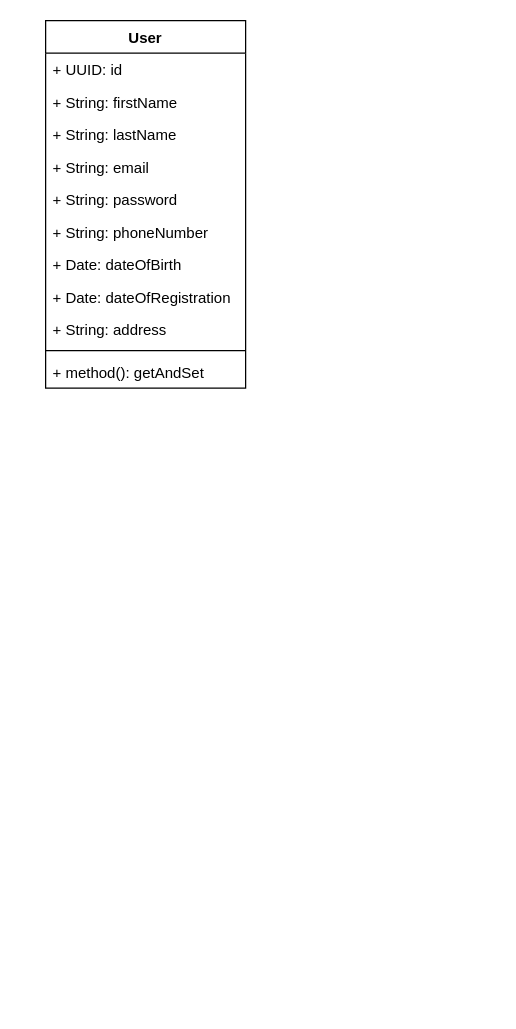
Before: Class Diagram.drawio in mariusfranzen/pizza_project, a draw.io diagram. Source tidied: cells renumbered, new cells numbered last; positions are measured from the earlier drawing's top-left corner, leaving out a move shared by most shapes. Both pictures are drawn from the tidied source at 125%, with x=0, y=0 at pixel (45, 20).
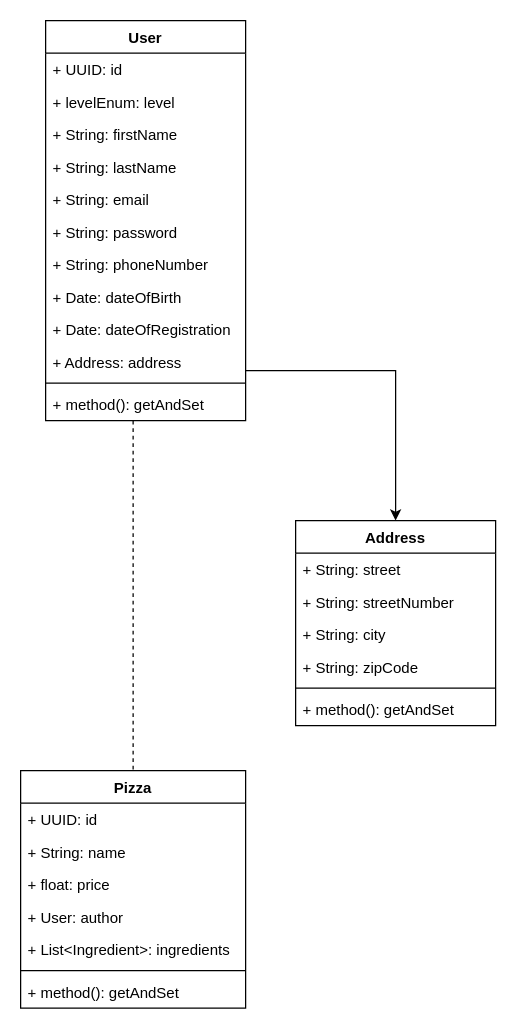
The same page after the edit.

The edit, as a diff of the source:
```diff
@@
+    <mxCell id="14" style="edgeStyle=orthogonalEdgeStyle;rounded=0;jettySize=auto;html=1;entryX=0.5;entryY=0;entryDx=0;entryDy=0;endArrow=none;endFill=0;dashed=1;" parent="1" edge="1" source="2" target="17">
+      <mxGeometry relative="1" as="geometry">
+        <Array as="points">
+          <mxPoint x="70" y="350" />
+          <mxPoint x="70" y="350" />
+        </Array>
+      </mxGeometry>
+    </mxCell>
+    <mxCell id="15" style="edgeStyle=orthogonalEdgeStyle;rounded=0;jettySize=auto;html=1;entryX=0.5;entryY=0;entryDx=0;entryDy=0;endArrow=classic;endFill=1;" parent="1" edge="1" source="2" target="25">
+      <mxGeometry relative="1" as="geometry">
+        <Array as="points">
+          <mxPoint x="280" y="280" />
+        </Array>
+      </mxGeometry>
+    </mxCell>
     <mxCell id="2" value="User" style="swimlane;fontStyle=1;align=center;verticalAlign=top;horizontal=1;startSize=26;" parent="1" vertex="1">
-      <mxGeometry width="160" height="294" as="geometry" />
+      <mxGeometry width="160" height="320" as="geometry" />
     </mxCell>
@@
+    <mxCell id="16" value="+ levelEnum: level&#10;" style="text;strokeColor=none;fillColor=none;align=left;verticalAlign=top;spacingLeft=4;spacingRight=4;overflow=hidden;" parent="2" vertex="1">
+      <mxGeometry y="52" width="160" height="26" as="geometry" />
+    </mxCell>
     <mxCell id="4" value="+ String: firstName" style="text;strokeColor=none;fillColor=none;align=left;verticalAlign=top;spacingLeft=4;spacingRight=4;overflow=hidden;" parent="2" vertex="1">
-      <mxGeometry y="52" width="160" height="26" as="geometry" />
+      <mxGeometry y="78" width="160" height="26" as="geometry" />
     </mxCell>
     <mxCell id="5" value="+ String: lastName" style="text;strokeColor=none;fillColor=none;align=left;verticalAlign=top;spacingLeft=4;spacingRight=4;overflow=hidden;" parent="2" vertex="1">
-      <mxGeometry y="78" width="160" height="26" as="geometry" />
+      <mxGeometry y="104" width="160" height="26" as="geometry" />
     </mxCell>
     <mxCell id="6" value="+ String: email&#10;" style="text;strokeColor=none;fillColor=none;align=left;verticalAlign=top;spacingLeft=4;spacingRight=4;overflow=hidden;" parent="2" vertex="1">
-      <mxGeometry y="104" width="160" height="26" as="geometry" />
+      <mxGeometry y="130" width="160" height="26" as="geometry" />
     </mxCell>
     <mxCell id="7" value="+ String: password" style="text;strokeColor=none;fillColor=none;align=left;verticalAlign=top;spacingLeft=4;spacingRight=4;overflow=hidden;" parent="2" vertex="1">
-      <mxGeometry y="130" width="160" height="26" as="geometry" />
+      <mxGeometry y="156" width="160" height="26" as="geometry" />
     </mxCell>
     <mxCell id="8" value="+ String: phoneNumber&#10;" style="text;strokeColor=none;fillColor=none;align=left;verticalAlign=top;spacingLeft=4;spacingRight=4;overflow=hidden;" parent="2" vertex="1">
-      <mxGeometry y="156" width="160" height="26" as="geometry" />
+      <mxGeometry y="182" width="160" height="26" as="geometry" />
     </mxCell>
     <mxCell id="9" value="+ Date: dateOfBirth&#10;" style="text;strokeColor=none;fillColor=none;align=left;verticalAlign=top;spacingLeft=4;spacingRight=4;overflow=hidden;" parent="2" vertex="1">
-      <mxGeometry y="182" width="160" height="26" as="geometry" />
+      <mxGeometry y="208" width="160" height="26" as="geometry" />
     </mxCell>
     <mxCell id="10" value="+ Date: dateOfRegistration&#10;" style="text;strokeColor=none;fillColor=none;align=left;verticalAlign=top;spacingLeft=4;spacingRight=4;overflow=hidden;" parent="2" vertex="1">
-      <mxGeometry y="208" width="160" height="26" as="geometry" />
+      <mxGeometry y="234" width="160" height="26" as="geometry" />
     </mxCell>
-    <mxCell id="11" value="+ String: address&#10;" style="text;strokeColor=none;fillColor=none;align=left;verticalAlign=top;spacingLeft=4;spacingRight=4;overflow=hidden;" parent="2" vertex="1">
-      <mxGeometry y="234" width="160" height="26" as="geometry" />
+    <mxCell id="11" value="+ Address: address&#10;" style="text;strokeColor=none;fillColor=none;align=left;verticalAlign=top;spacingLeft=4;spacingRight=4;overflow=hidden;" parent="2" vertex="1">
+      <mxGeometry y="260" width="160" height="26" as="geometry" />
     </mxCell>
     <mxCell id="12" style="line;strokeWidth=1;fillColor=none;align=left;verticalAlign=middle;spacingTop=-1;spacingLeft=3;spacingRight=3;labelPosition=right;" parent="2" vertex="1">
-      <mxGeometry y="260" width="160" height="8" as="geometry" />
+      <mxGeometry y="286" width="160" height="8" as="geometry" />
     </mxCell>
     <mxCell id="13" value="+ method(): getAndSet&#10;" style="text;strokeColor=none;fillColor=none;align=left;verticalAlign=top;spacingLeft=4;spacingRight=4;overflow=hidden;" parent="2" vertex="1">
-      <mxGeometry y="268" width="160" height="26" as="geometry" />
+      <mxGeometry y="294" width="160" height="26" as="geometry" />
     </mxCell>
+    <mxCell id="17" value="Pizza" style="swimlane;fontStyle=1;align=center;verticalAlign=top;horizontal=1;startSize=26;" parent="1" vertex="1">
+      <mxGeometry x="-20" y="600" width="180" height="190" as="geometry" />
+    </mxCell>
+    <mxCell id="18" value="+ UUID: id&#10;" style="text;strokeColor=none;fillColor=none;align=left;verticalAlign=top;spacingLeft=4;spacingRight=4;overflow=hidden;" parent="17" vertex="1">
+      <mxGeometry y="26" width="180" height="26" as="geometry" />
+    </mxCell>
+    <mxCell id="19" value="+ String: name" style="text;strokeColor=none;fillColor=none;align=left;verticalAlign=top;spacingLeft=4;spacingRight=4;overflow=hidden;" parent="17" vertex="1">
+      <mxGeometry y="52" width="180" height="26" as="geometry" />
+    </mxCell>
+    <mxCell id="20" value="+ float: price" style="text;strokeColor=none;fillColor=none;align=left;verticalAlign=top;spacingLeft=4;spacingRight=4;overflow=hidden;" parent="17" vertex="1">
+      <mxGeometry y="78" width="180" height="26" as="geometry" />
+    </mxCell>
+    <mxCell id="21" value="+ User: author&#10;" style="text;strokeColor=none;fillColor=none;align=left;verticalAlign=top;spacingLeft=4;spacingRight=4;overflow=hidden;" parent="17" vertex="1">
+      <mxGeometry y="104" width="180" height="26" as="geometry" />
+    </mxCell>
+    <mxCell id="22" value="+ List&lt;Ingredient&gt;: ingredients&#10;" style="text;strokeColor=none;fillColor=none;align=left;verticalAlign=top;spacingLeft=4;spacingRight=4;overflow=hidden;" parent="17" vertex="1">
+      <mxGeometry y="130" width="180" height="26" as="geometry" />
+    </mxCell>
+    <mxCell id="23" style="line;strokeWidth=1;fillColor=none;align=left;verticalAlign=middle;spacingTop=-1;spacingLeft=3;spacingRight=3;labelPosition=right;" parent="17" vertex="1">
+      <mxGeometry y="156" width="180" height="8" as="geometry" />
+    </mxCell>
+    <mxCell id="24" value="+ method(): getAndSet&#10;" style="text;strokeColor=none;fillColor=none;align=left;verticalAlign=top;spacingLeft=4;spacingRight=4;overflow=hidden;" parent="17" vertex="1">
+      <mxGeometry y="164" width="180" height="26" as="geometry" />
+    </mxCell>
+    <mxCell id="25" value="Address" style="swimlane;fontStyle=1;align=center;verticalAlign=top;horizontal=1;startSize=26;" parent="1" vertex="1">
+      <mxGeometry x="200" y="400" width="160" height="164" as="geometry" />
+    </mxCell>
+    <mxCell id="26" value="+ String: street" style="text;strokeColor=none;fillColor=none;align=left;verticalAlign=top;spacingLeft=4;spacingRight=4;overflow=hidden;" parent="25" vertex="1">
+      <mxGeometry y="26" width="160" height="26" as="geometry" />
+    </mxCell>
+    <mxCell id="27" value="+ String: streetNumber" style="text;strokeColor=none;fillColor=none;align=left;verticalAlign=top;spacingLeft=4;spacingRight=4;overflow=hidden;" parent="25" vertex="1">
+      <mxGeometry y="52" width="160" height="26" as="geometry" />
+    </mxCell>
+    <mxCell id="28" value="+ String: city&#10;" style="text;strokeColor=none;fillColor=none;align=left;verticalAlign=top;spacingLeft=4;spacingRight=4;overflow=hidden;" parent="25" vertex="1">
+      <mxGeometry y="78" width="160" height="26" as="geometry" />
+    </mxCell>
+    <mxCell id="29" value="+ String: zipCode&#10;" style="text;strokeColor=none;fillColor=none;align=left;verticalAlign=top;spacingLeft=4;spacingRight=4;overflow=hidden;" parent="25" vertex="1">
+      <mxGeometry y="104" width="160" height="26" as="geometry" />
+    </mxCell>
+    <mxCell id="30" style="line;strokeWidth=1;fillColor=none;align=left;verticalAlign=middle;spacingTop=-1;spacingLeft=3;spacingRight=3;labelPosition=right;" parent="25" vertex="1">
+      <mxGeometry y="130" width="160" height="8" as="geometry" />
+    </mxCell>
+    <mxCell id="31" value="+ method(): getAndSet&#10;" style="text;strokeColor=none;fillColor=none;align=left;verticalAlign=top;spacingLeft=4;spacingRight=4;overflow=hidden;" parent="25" vertex="1">
+      <mxGeometry y="138" width="160" height="26" as="geometry" />
+    </mxCell>
```
